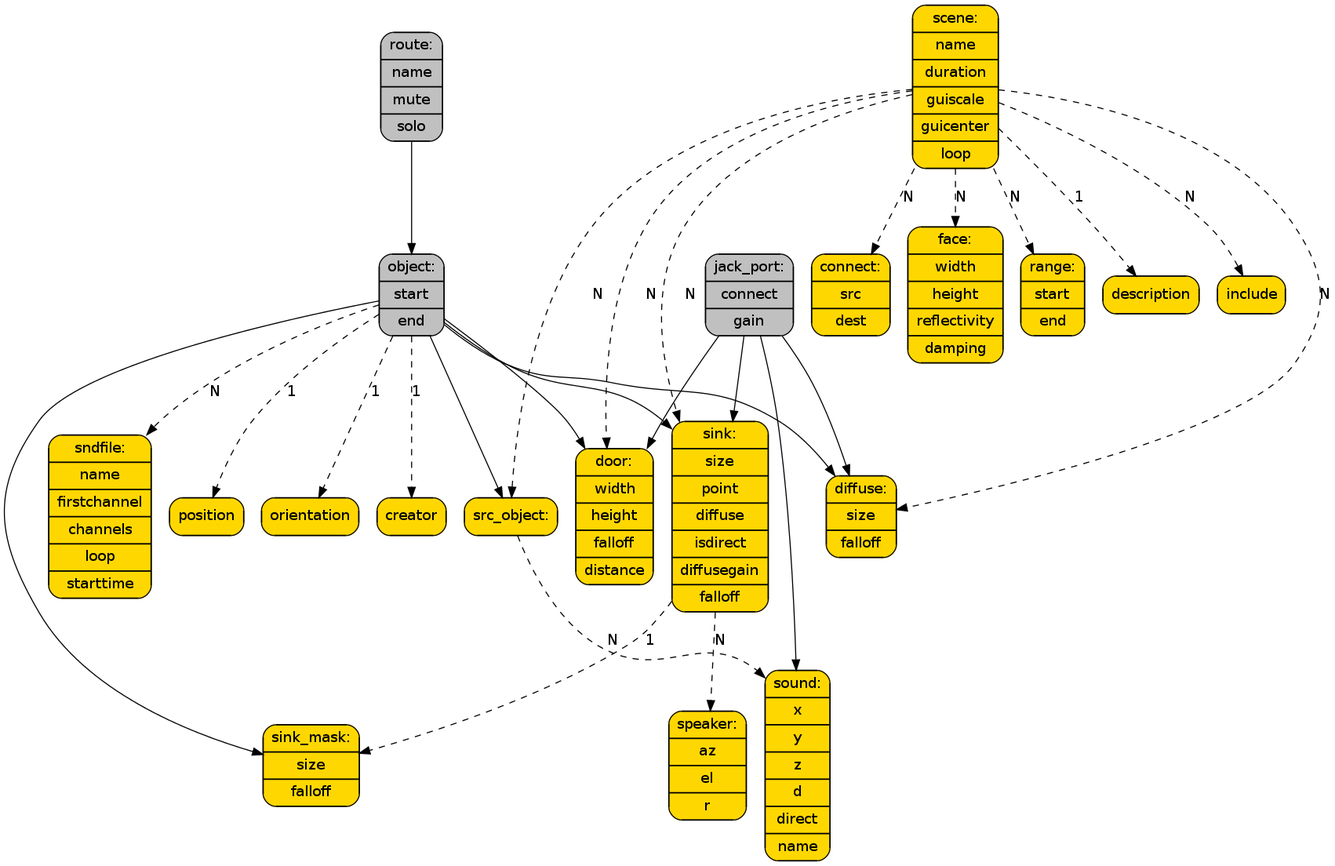
This is doc/filestructure.png from HoerTech-gGmbH/tascar, a Graphviz export, as it was before one commit. Its source is kept beside it as doc/filestructure.dot.
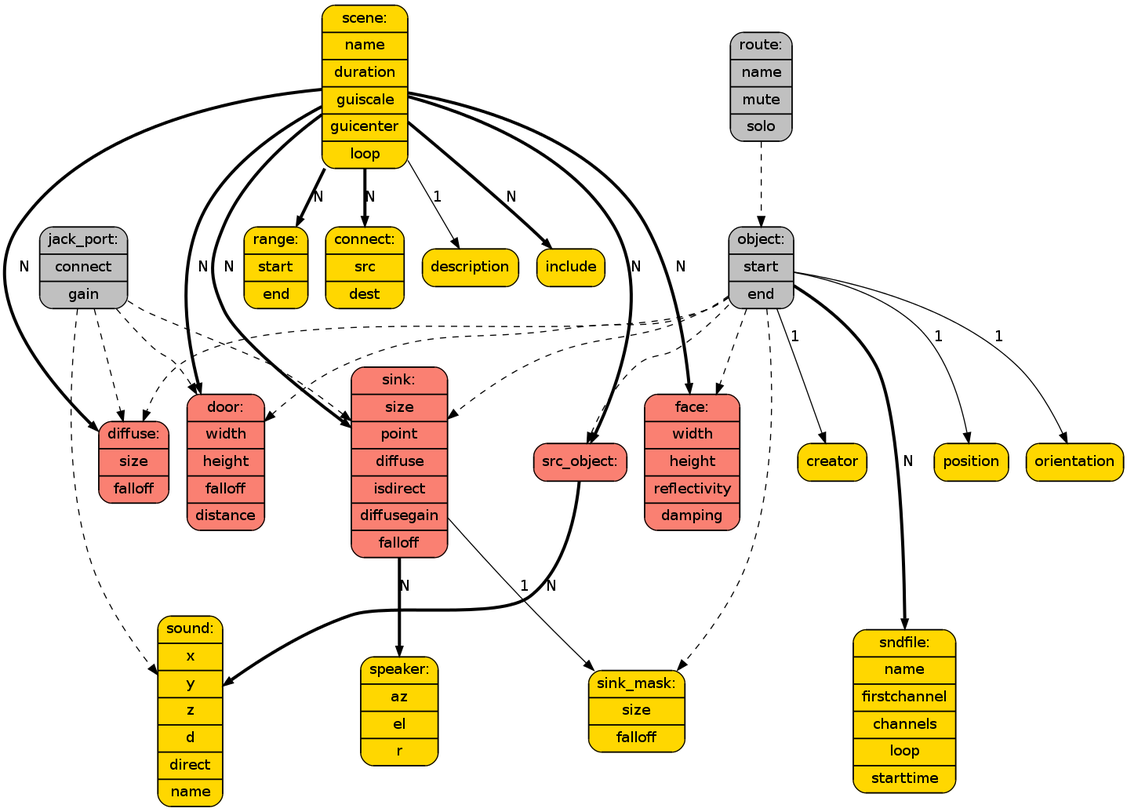
After the commit.

Change to the diagram source:
```diff
@@ -5,60 +5,84 @@
 	fillcolor = "gold"
 	];
 
+  edge [ penwidth = "1", style="dashed" ];
+
   {
     rank = "min";
     scene;
   }
 
+  scene [label="{scene:|name|duration|guiscale|guicenter|loop}"];
+
   route [label="{route:|name|mute|solo}",fillcolor="gray"];
   object [label="{object:|start|end}",fillcolor="gray"];
-  src_diffuse [label="{diffuse:|size|falloff}"];
-  src_door [label="{door:|width|height|falloff|distance}"];
+  jack_port [label="{jack_port:|connect|gain}",fillcolor="gray"];
+
+  src_diffuse [label="{diffuse:|size|falloff}",fillcolor="salmon"];
+  src_door [label="{door:|width|height|falloff|distance}",fillcolor="salmon"];
+  src_object [label="{src_object:}",fillcolor="salmon"];
+  sink_object [label="{sink:|size|point|diffuse|isdirect|diffusegain|falloff}",fillcolor="salmon"];
+  face [label="{face:|width|height|reflectivity|damping}",fillcolor="salmon"];
+
+  sink_mask [label="{sink_mask:|size|falloff}"];
+  speaker [label="{speaker:|az|el|r}"];
+  sndfile [label="{sndfile:|name|firstchannel|channels|loop|starttime}"];
   sound [label="{sound:|x|y|z|d|direct|name}"];
-  jack_port [label="{jack_port:|connect|gain}",fillcolor="gray"];
-  sink_mask [label="{sink_mask:|size|falloff}"];
-  sink_object [label="{sink:|size|point|diffuse|isdirect|diffusegain|falloff}"];
-  speaker [label="{speaker:|az|el|r}"];
-  src_object [label="{src_object:}"];
-  scene [label="{scene:|name|duration|guiscale|guicenter|loop}"];
+
+  range [label="{range:|start|end}"];
   connect [label="{connect:|src|dest}"];
-  face [label="{face:|width|height|reflectivity|damping}"];
-  range [label="{range:|start|end}"];
-  sndfile [label="{sndfile:|name|firstchannel|channels|loop|starttime}"];
+
+  {
+    rank = "same";
+    src_diffuse;
+    src_door;
+    src_object;
+    sink_object;
+    face;
+  }
+
+  {
+    rank = "same";
+    sink_mask;
+    speaker;
+    sndfile;
+    sound;
+  }
 
   /*
    * Inheritance:
    */
+  route -> object;
   object -> src_object;
-  route -> object;
   object -> src_diffuse;
+  object -> src_door;
+  object -> sink_mask;
+  object -> sink_object;
+  object -> face;
   jack_port -> src_diffuse;
-  object -> src_door;
   jack_port -> src_door;
   jack_port -> sound;
-  object -> sink_mask;
-  object -> sink_object;
   jack_port -> sink_object;
 
   /*
    * Sub-nodes:
    */
-  src_object -> sound [style="dashed",label="N"];
-  sink_object -> speaker [style="dashed",label="N"];
-  sink_object -> sink_mask [style="dashed",label="1"];
-  scene -> description [style="dashed",label="1"];
-  scene -> src_object [style="dashed",label="N"];
-  scene -> src_door [style="dashed",label="N"];
-  scene -> src_diffuse [style="dashed",label="N"];
-  scene -> sink_object [style="dashed",label="N"];
-  scene -> face [style="dashed",label="N"];
-  scene -> range [style="dashed",label="N"];
-  scene -> connect [style="dashed",label="N"];
-  scene -> include [style="dashed",label="N"];
-  object -> position [style="dashed",label="1"];
-  object -> orientation [style="dashed",label="1"];
-  object -> creator [style="dashed",label="1"];
-  object -> sndfile [style="dashed",label="N"];
+  src_object -> sound [style="solid",label="N",penwidth="3"];
+  sink_object -> speaker [style="solid",label="N",penwidth="3"];
+  sink_object -> sink_mask [style="solid",label="1",penwidth="1"];
+  scene -> description [style="solid",label="1",penwidth="1"];
+  scene -> src_object [style="solid",label="N",penwidth="3"];
+  scene -> src_door [style="solid",label="N",penwidth="3"];
+  scene -> src_diffuse [style="solid",label="N",penwidth="3"];
+  scene -> sink_object [style="solid",label="N",penwidth="3"];
+  scene -> face [style="solid",label="N",penwidth="3"];
+  scene -> range [style="solid",label="N",penwidth="3"];
+  scene -> connect [style="solid",label="N",penwidth="3"];
+  scene -> include [style="solid",label="N",penwidth="3"];
+  object -> position [style="solid",label="1",penwidth="1"];
+  object -> orientation [style="solid",label="1",penwidth="1"];
+  object -> creator [style="solid",label="1",penwidth="1"];
+  object -> sndfile [style="solid",label="N",penwidth="3"];
 
 }
 
```
